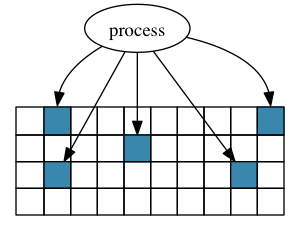
The Graphviz diagram img/introduction-to-behavioral-databases/traditional_db_storage.png in benbjohnson/skylandlabs.github.com, before a commit. Its source is kept beside it as dot/introduction-to-behavioral-databases/traditional_db_storage.dot.
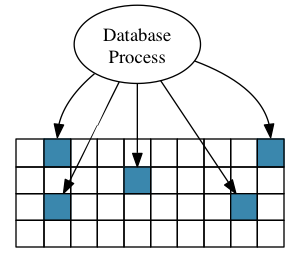
After the commit.

Change to the diagram source:
```diff
@@ -1,5 +1,5 @@
 digraph structs {
-    process;
+    process [label="Database\nProcess"];
 
     datafile [shape=plaintext, label=<
 <TABLE BORDER="0" CELLBORDER="1" CELLSPACING="0">
```
